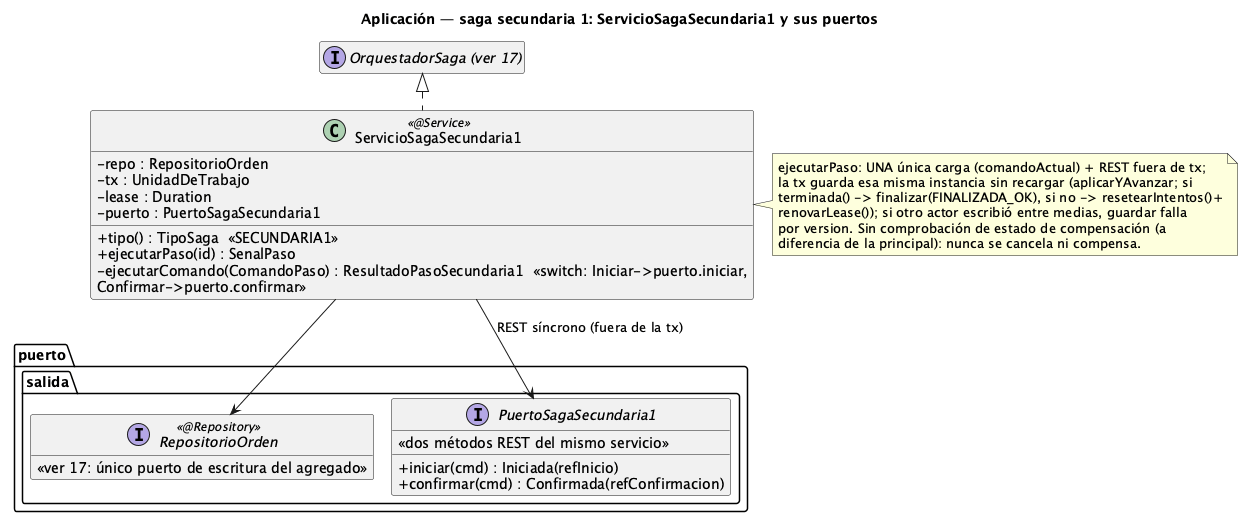
The PlantUML diagram order-manager/docs/19-clases-aplicacion-saga-secundaria1.png in ralcazar/patrones, before a commit.
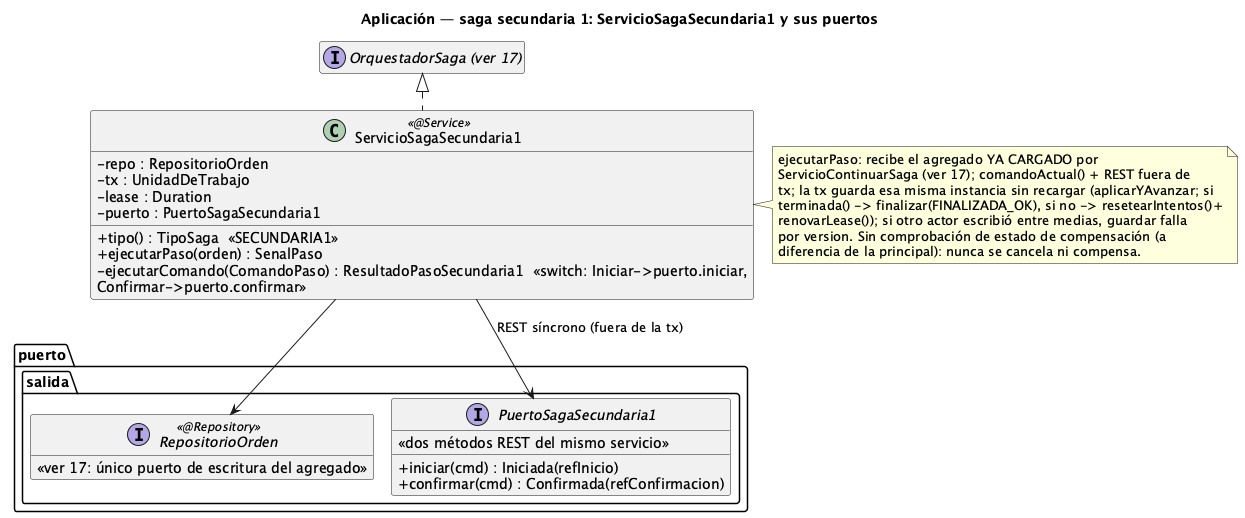
The same diagram one commit later.

Diff of the diagram source:
```diff
@@ -12,12 +12,13 @@
   -lease : Duration
   -puerto : PuertoSagaSecundaria1
   +tipo() : TipoSaga  «SECUNDARIA1»
-  +ejecutarPaso(id) : SenalPaso
+  +ejecutarPaso(orden) : SenalPaso
   -ejecutarComando(ComandoPaso) : ResultadoPasoSecundaria1  «switch: Iniciar->puerto.iniciar,\nConfirmar->puerto.confirmar»
 }
 note right of ServicioSagaSecundaria1
-  ejecutarPaso: UNA única carga (comandoActual) + REST fuera de tx;
-  la tx guarda esa misma instancia sin recargar (aplicarYAvanzar; si
+  ejecutarPaso: recibe el agregado YA CARGADO por
+  ServicioContinuarSaga (ver 17); comandoActual() + REST fuera de
+  tx; la tx guarda esa misma instancia sin recargar (aplicarYAvanzar; si
   terminada() -> finalizar(FINALIZADA_OK), si no -> resetearIntentos()+
   renovarLease()); si otro actor escribió entre medias, guardar falla
   por version. Sin comprobación de estado de compensación (a
```
